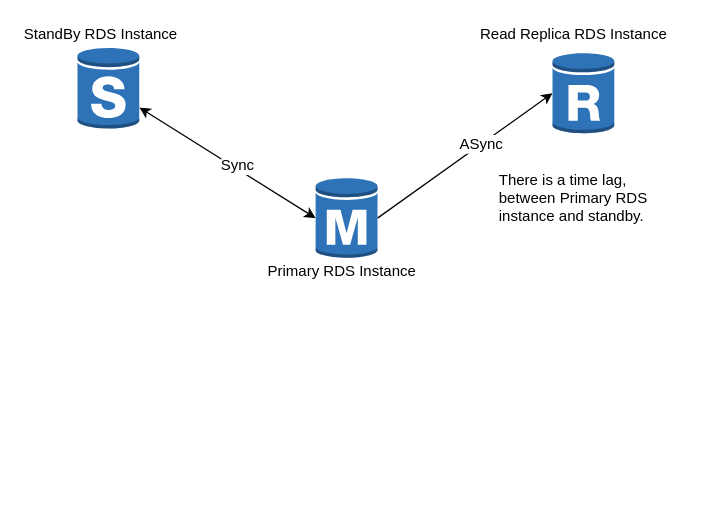
Above: RDS_readReplicas.drawio in kaustavdassoa/Diagrams (draw.io), before the change. Source tidied: cells renumbered, new cells numbered last; positions are measured from the earlier drawing's top-left corner, leaving out a move shared by most shapes. Both pictures are drawn from the tidied source at 125%, with x=0, y=0 at pixel (21, 21).
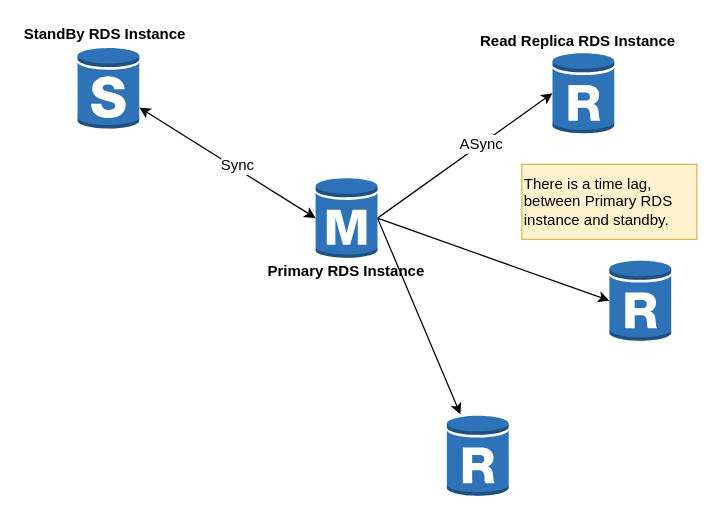
The same diagram, later.

Change to the diagram source:
```diff
@@
 <mxGraphModel>
   <root>
     <mxCell id="0" />
     <mxCell id="1" parent="0" />
     <mxCell id="2" style="edgeStyle=none;rounded=0;jettySize=auto;html=1;exitX=1;exitY=0.5;exitDx=0;exitDy=0;exitPerimeter=0;entryX=0;entryY=0.5;entryDx=0;entryDy=0;entryPerimeter=0;" parent="1" edge="1" source="4" target="5">
       <mxGeometry relative="1" as="geometry" />
     </mxCell>
     <mxCell id="3" value="ASync&amp;nbsp;" style="text;html=1;align=center;verticalAlign=middle;labelBackgroundColor=#ffffff;" parent="2" vertex="1">
       <mxGeometry x="0.2" y="-1" relative="1" as="geometry" />
     </mxCell>
+    <mxCell id="14" style="rounded=0;jettySize=auto;html=1;exitX=1;exitY=0.5;exitDx=0;exitDy=0;exitPerimeter=0;entryX=0;entryY=0.5;entryDx=0;entryDy=0;entryPerimeter=0;" parent="1" edge="1" source="4" target="16">
+      <mxGeometry relative="1" as="geometry" />
+    </mxCell>
+    <mxCell id="15" style="edgeStyle=none;rounded=0;jettySize=auto;html=1;exitX=1;exitY=0.5;exitDx=0;exitDy=0;exitPerimeter=0;" parent="1" edge="1" source="4" target="17">
+      <mxGeometry relative="1" as="geometry" />
+    </mxCell>
     <mxCell id="4" style="outlineConnect=0;dashed=0;verticalLabelPosition=bottom;verticalAlign=top;align=center;html=1;shape=mxgraph.aws3.rds_db_instance;fillColor=#2E73B8;gradientColor=none;" parent="1" vertex="1">
       <mxGeometry x="235" y="124" width="49.5" height="66" as="geometry" />
     </mxCell>
     <mxCell id="5" style="outlineConnect=0;dashed=0;verticalLabelPosition=bottom;verticalAlign=top;align=center;html=1;shape=mxgraph.aws3.rds_db_instance_read_replica;fillColor=#2E73B8;gradientColor=none;" parent="1" vertex="1">
       <mxGeometry x="424.5" y="24" width="49.5" height="66" as="geometry" />
     </mxCell>
     <mxCell id="6" style="edgeStyle=none;rounded=0;jettySize=auto;html=1;entryX=0;entryY=0.5;entryDx=0;entryDy=0;entryPerimeter=0;startArrow=classic;startFill=1;" parent="1" edge="1" source="8" target="4">
       <mxGeometry relative="1" as="geometry" />
     </mxCell>
     <mxCell id="7" value="Sync&amp;nbsp;" style="text;html=1;align=center;verticalAlign=middle;labelBackgroundColor=#ffffff;" parent="6" vertex="1">
       <mxGeometry x="0.11" y="3" relative="1" as="geometry" />
     </mxCell>
     <mxCell id="8" style="outlineConnect=0;dashed=0;verticalLabelPosition=bottom;verticalAlign=top;align=center;html=1;shape=mxgraph.aws3.rds_db_instance_standby_multi_az;fillColor=#2E73B8;gradientColor=none;" parent="1" vertex="1">
       <mxGeometry x="44.5" y="20" width="49.5" height="66" as="geometry" />
     </mxCell>
-    <mxCell id="9" value="Primary RDS Instance" style="text;html=1;align=left;verticalAlign=top;spacingTop=-4;" parent="1" vertex="1">
+    <mxCell id="9" value="Primary RDS Instance" style="text;html=1;align=left;verticalAlign=top;spacingTop=-4;fontStyle=1;" parent="1" vertex="1">
       <mxGeometry x="195" y="190" width="130" height="20" as="geometry" />
     </mxCell>
-    <mxCell id="10" value="StandBy RDS Instance&amp;nbsp;" style="text;html=1;align=left;verticalAlign=top;spacingTop=-4;" parent="1" vertex="1">
+    <mxCell id="10" value="StandBy RDS Instance&amp;nbsp;" style="text;html=1;align=left;verticalAlign=top;spacingTop=-4;fontStyle=1;" parent="1" vertex="1">
       <mxGeometry x="-0.5" width="140" height="20" as="geometry" />
     </mxCell>
-    <mxCell id="11" value="Read Replica RDS Instance&amp;nbsp;" style="text;html=1;align=left;verticalAlign=top;spacingTop=-4;" parent="1" vertex="1">
-      <mxGeometry x="364.5" width="170" height="20" as="geometry" />
+    <mxCell id="11" value="Read Replica RDS Instance&amp;nbsp;" style="text;html=1;align=left;verticalAlign=top;spacingTop=-4;fontStyle=1;" parent="1" vertex="1">
+      <mxGeometry x="364.5" y="6" width="170" height="20" as="geometry" />
     </mxCell>
     <mxCell id="12" style="edgeStyle=none;rounded=0;orthogonalLoop=1;jettySize=auto;html=1;entryX=0;entryY=0.5;entryDx=0;entryDy=0;entryPerimeter=0;" parent="1" edge="1" source="4" target="4">
       <mxGeometry relative="1" as="geometry" />
     </mxCell>
+    <mxCell id="16" style="outlineConnect=0;dashed=0;verticalLabelPosition=bottom;verticalAlign=top;align=center;html=1;shape=mxgraph.aws3.rds_db_instance_read_replica;fillColor=#2E73B8;gradientColor=none;" parent="1" vertex="1">
+      <mxGeometry x="470" y="190" width="49.5" height="66" as="geometry" />
+    </mxCell>
+    <mxCell id="17" style="outlineConnect=0;dashed=0;verticalLabelPosition=bottom;verticalAlign=top;align=center;html=1;shape=mxgraph.aws3.rds_db_instance_read_replica;fillColor=#2E73B8;gradientColor=none;" parent="1" vertex="1">
+      <mxGeometry x="340" y="314" width="49.5" height="66" as="geometry" />
+    </mxCell>
-    <mxCell id="13" value="There is a time lag, &lt;br&gt;between Primary RDS &lt;br&gt;instance and standby." style="text;html=1;align=left;verticalAlign=top;spacingTop=-4;" parent="1" vertex="1">
-      <mxGeometry x="379.5" y="117" width="140" height="40" as="geometry" />
+    <mxCell id="13" value="&lt;span&gt;There is a time lag,&amp;nbsp;&lt;/span&gt;&lt;br&gt;&lt;span&gt;between Primary RDS&lt;/span&gt;&lt;br&gt;&lt;div style=&quot;text-align: left&quot;&gt;&lt;span&gt;instance and standby.&lt;/span&gt;&lt;/div&gt;" style="rounded=0;whiteSpace=wrap;html=1;align=left;fillColor=#fff2cc;strokeColor=#d6b656;" parent="1" vertex="1">
+      <mxGeometry x="400" y="114" width="140" height="60" as="geometry" />
     </mxCell>
   </root>
 </mxGraphModel>
```
